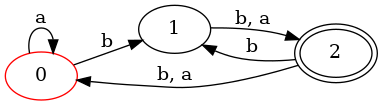
userdigitaldevil/automata keeps this Graphviz diagram as affichage.dot.png. Above is the earlier version. Its source is kept beside it as affichage.dot.
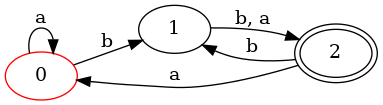
The same diagram one commit later.

Diff of the diagram source:
```diff
@@ -7,5 +7,5 @@
 1 -> 2 [ label = "b, a" ];
 2[ label ="2",peripheries=2 ];
 2 -> 1 [ label = "b" ];
-2 -> 0 [ label = "b, a" ];
+2 -> 0 [ label = "a" ];
 }
```
